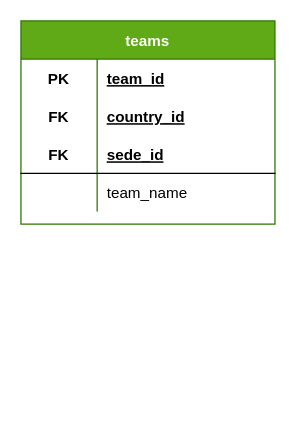
This is page "model" (2 of 2) of soccer_model.drawio from r3card0/soccer.stats, a draw.io file, before an edit. Source tidied: cells renumbered, new cells numbered last; positions are measured from the earlier drawing's top-left corner, leaving out a move shared by most shapes. Both pictures are drawn from the tidied source at 127%, with x=0, y=0 at pixel (20, 20).
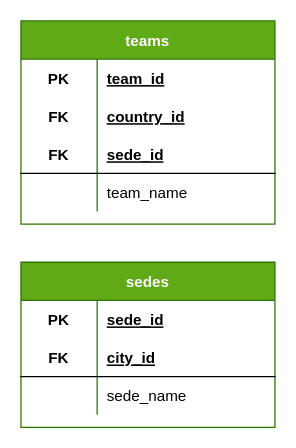
The same diagram, later.

Commit message:
sedes model added

The edit, as a diff of the source:
```diff
@@
+    <mxCell id="15" value="sedes" style="shape=table;startSize=30;childLayout=tableLayout;rowLines=0;fontStyle=1;align=center;fillColor=#60a917;fontColor=#ffffff;strokeColor=#2D7600;" parent="1" vertex="1">
+      <mxGeometry y="190" width="200" height="130" as="geometry" />
+    </mxCell>
+    <mxCell id="16" style="shape=partialRectangle;fillColor=none;top=0;left=0;bottom=0;right=0;" parent="15" vertex="1">
+      <mxGeometry y="30" width="200" height="30" as="geometry" />
+    </mxCell>
+    <mxCell id="17" value="PK" style="shape=partialRectangle;fillColor=none;top=0;left=0;bottom=0;right=0;fontStyle=1;overflow=hidden;" parent="16" vertex="1">
+      <mxGeometry width="60" height="30" as="geometry" />
+    </mxCell>
+    <mxCell id="18" value="sede_id" style="shape=partialRectangle;fillColor=none;top=0;left=0;bottom=0;right=0;align=left;spacingLeft=6;fontStyle=5;overflow=hidden;" parent="16" vertex="1">
+      <mxGeometry x="60" width="140" height="30" as="geometry" />
+    </mxCell>
+    <mxCell id="19" style="shape=partialRectangle;fillColor=none;top=0;left=0;bottom=1;right=0;" parent="15" vertex="1">
+      <mxGeometry y="60" width="200" height="30" as="geometry" />
+    </mxCell>
+    <mxCell id="20" value="FK" style="shape=partialRectangle;fillColor=none;top=0;left=0;bottom=0;right=0;fontStyle=1;overflow=hidden;" parent="19" vertex="1">
+      <mxGeometry width="60" height="30" as="geometry" />
+    </mxCell>
+    <mxCell id="21" value="city_id" style="shape=partialRectangle;fillColor=none;top=0;left=0;bottom=0;right=0;align=left;spacingLeft=6;fontStyle=5;overflow=hidden;" parent="19" vertex="1">
+      <mxGeometry x="60" width="140" height="30" as="geometry" />
+    </mxCell>
+    <mxCell id="22" style="shape=partialRectangle;fillColor=none;top=0;left=0;bottom=0;right=0;" parent="15" vertex="1">
+      <mxGeometry y="90" width="200" height="30" as="geometry" />
+    </mxCell>
+    <mxCell id="23" style="shape=partialRectangle;fillColor=none;top=0;left=0;bottom=0;right=0;overflow=hidden;" parent="22" vertex="1">
+      <mxGeometry width="60" height="30" as="geometry" />
+    </mxCell>
+    <mxCell id="24" value="sede_name" style="shape=partialRectangle;fillColor=none;top=0;left=0;bottom=0;right=0;align=left;spacingLeft=6;overflow=hidden;" parent="22" vertex="1">
+      <mxGeometry x="60" width="140" height="30" as="geometry" />
+    </mxCell>
```
